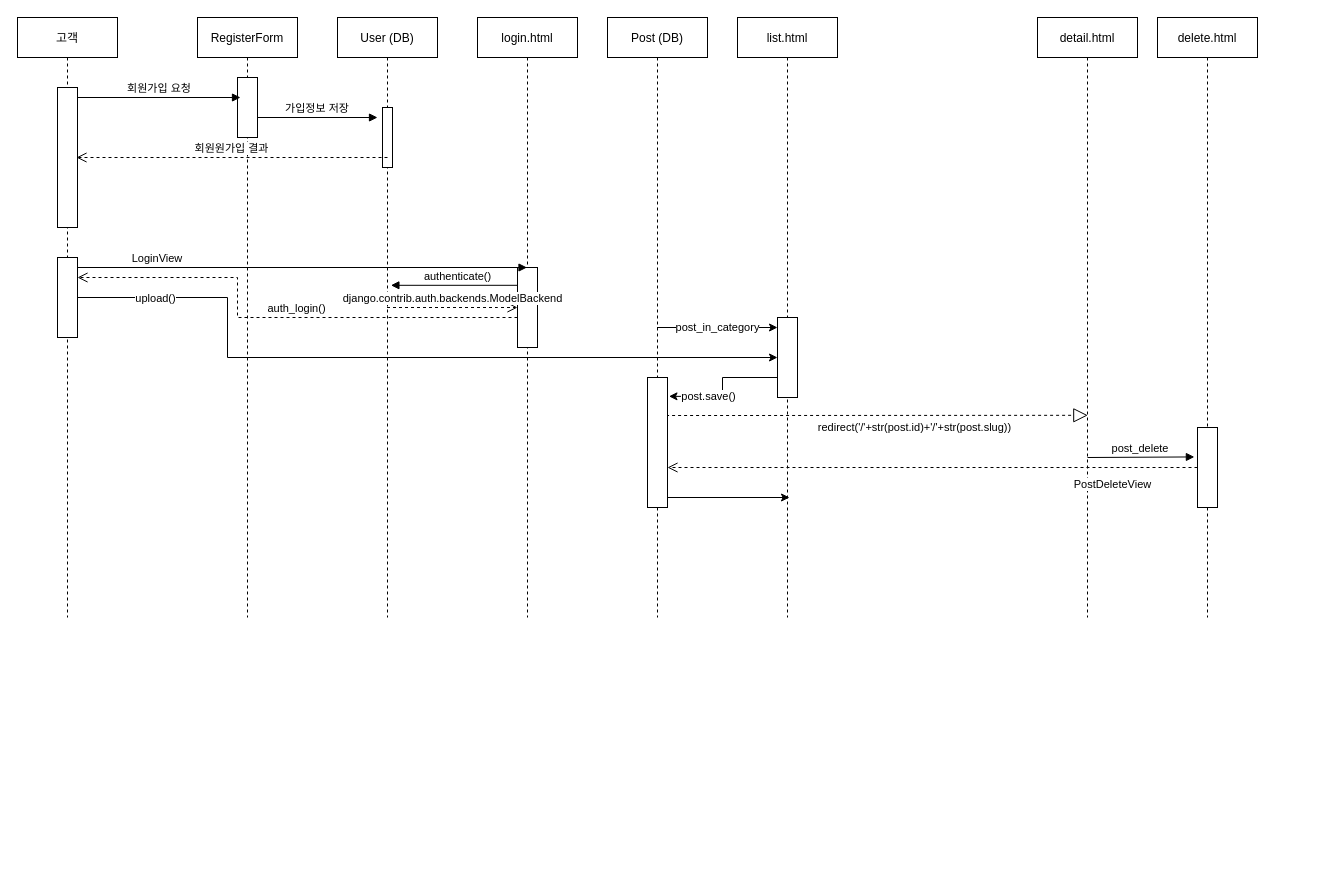
Before: Untitled Diagram.drawio in kyc3550/sharepofol-community, a draw.io diagram. Source tidied: cells renumbered, new cells numbered last; positions are measured from the earlier drawing's top-left corner, leaving out a move shared by most shapes. Both pictures are drawn from the tidied source at 100%, with x=0, y=0 at pixel (17, 17).
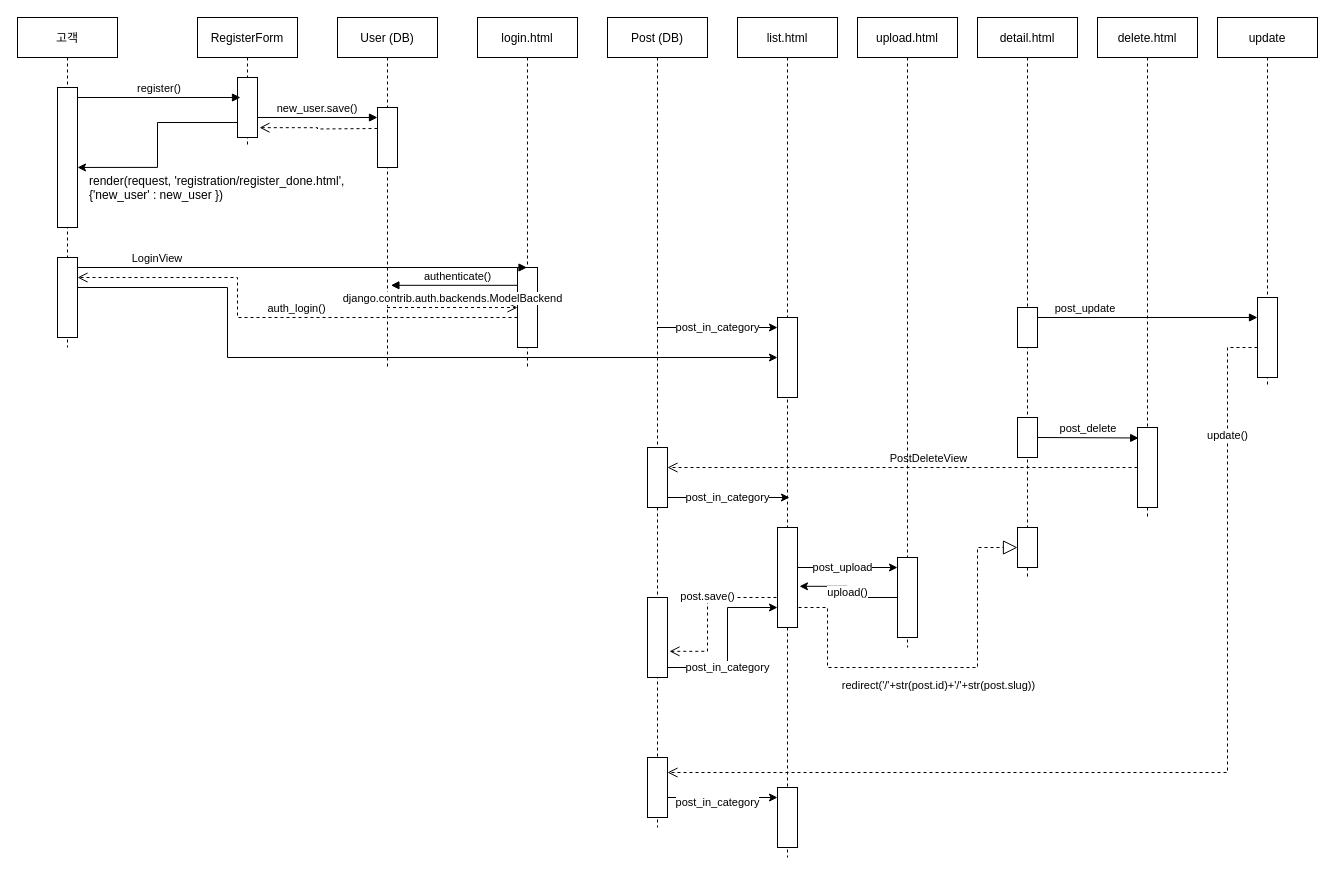
After the change.

The change refers to these unchanged cells:
```xml
<mxCell id="3" style="rounded=0;whiteSpace=wrap;html=1;" parent="2" vertex="1">
  <mxGeometry x="40" y="70" width="20" height="140" as="geometry" />
</mxCell>
<mxCell id="5" style="rounded=0;whiteSpace=wrap;html=1;" parent="4" vertex="1">
  <mxGeometry x="40" y="60" width="20" height="60" as="geometry" />
</mxCell>
<mxCell id="18" style="rounded=0;whiteSpace=wrap;html=1;" parent="1" vertex="1">
  <mxGeometry x="40" y="240" width="20" height="80" as="geometry" />
</mxCell>
<mxCell id="24" style="rounded=0;whiteSpace=wrap;html=1;" parent="23" vertex="1">
  <mxGeometry x="40" y="300" width="20" height="80" as="geometry" />
</mxCell>
<mxCell id="32" style="rounded=0;whiteSpace=wrap;html=1;" parent="30" vertex="1">
  <mxGeometry x="40" y="410" width="20" height="80" as="geometry" />
</mxCell>
```

Change to the diagram source:
```diff
@@
     <mxCell id="2" value="고객" style="shape=umlLifeline;perimeter=lifelinePerimeter;rounded=0;shadow=0;strokeWidth=1;" parent="1" vertex="1">
-      <mxGeometry width="100" height="600" as="geometry" />
+      <mxGeometry width="100" height="330" as="geometry" />
     </mxCell>
@@
     <mxCell id="4" value="RegisterForm" style="shape=umlLifeline;perimeter=lifelinePerimeter;rounded=0;shadow=0;strokeWidth=1;" parent="1" vertex="1">
-      <mxGeometry x="180" width="100" height="600" as="geometry" />
+      <mxGeometry x="180" width="100" height="130" as="geometry" />
     </mxCell>
@@
-    <mxCell id="6" value="회원가입 요청" style="verticalAlign=bottom;endArrow=block;entryX=0;entryY=0;shadow=0;strokeWidth=1;" parent="1" edge="1">
+    <mxCell id="6" value="register()" style="verticalAlign=bottom;endArrow=block;entryX=0;entryY=0;shadow=0;strokeWidth=1;" parent="1" edge="1">
       <mxGeometry relative="1" as="geometry">
         <mxPoint x="60" y="80" as="sourcePoint" />
         <mxPoint x="223" y="80" as="targetPoint" />
       </mxGeometry>
     </mxCell>
     <mxCell id="7" value="User (DB)" style="shape=umlLifeline;perimeter=lifelinePerimeter;rounded=0;shadow=0;strokeWidth=1;" parent="1" vertex="1">
-      <mxGeometry x="320" width="100" height="600" as="geometry" />
+      <mxGeometry x="320" width="100" height="350" as="geometry" />
     </mxCell>
     <mxCell id="8" style="html=1;perimeter=orthogonalPerimeter;" parent="7" vertex="1">
-      <mxGeometry x="45" y="90" width="10" height="60" as="geometry" />
+      <mxGeometry x="40" y="90" width="20" height="60" as="geometry" />
     </mxCell>
-    <mxCell id="9" value="가입정보 저장" style="verticalAlign=bottom;endArrow=block;shadow=0;strokeWidth=1;" parent="1" edge="1">
+    <mxCell id="9" value="new_user.save()" style="verticalAlign=bottom;endArrow=block;shadow=0;strokeWidth=1;" parent="1" edge="1">
       <mxGeometry relative="1" as="geometry">
         <mxPoint x="240" y="100" as="sourcePoint" />
         <mxPoint x="360" y="100" as="targetPoint" />
       </mxGeometry>
     </mxCell>
     <mxCell id="10" value="login.html" style="shape=umlLifeline;perimeter=lifelinePerimeter;rounded=0;shadow=0;strokeWidth=1;" parent="1" vertex="1">
-      <mxGeometry x="460" width="100" height="600" as="geometry" />
+      <mxGeometry x="460" width="100" height="350" as="geometry" />
     </mxCell>
@@
-    <mxCell id="16" style="edgeStyle=orthogonalEdgeStyle;rounded=0;jettySize=auto;html=1;entryX=0;entryY=0.5;entryDx=0;entryDy=0;exitX=1;exitY=0.5;exitDx=0;exitDy=0;" parent="1" edge="1" source="18" target="24">
+    <mxCell id="16" style="edgeStyle=orthogonalEdgeStyle;rounded=0;jettySize=auto;html=1;exitX=1;exitY=0.5;exitDx=0;exitDy=0;" parent="1" edge="1" source="18" target="24">
       <mxGeometry relative="1" as="geometry">
         <Array as="points">
-          <mxPoint x="210" y="280" />
+          <mxPoint x="60" y="270" />
+          <mxPoint x="210" y="270" />
           <mxPoint x="210" y="340" />
         </Array>
       </mxGeometry>
     </mxCell>
-    <mxCell id="17" value="upload()" style="edgeLabel;html=1;align=center;verticalAlign=middle;" parent="16" vertex="1">
-      <mxGeometry x="0.45" y="-2" relative="1" as="geometry">
-        <mxPoint x="-414" y="-62" as="offset" />
-      </mxGeometry>
-    </mxCell>
@@
-    <mxCell id="19" value="회원원가입 결과" style="html=1;verticalAlign=bottom;endArrow=open;dashed=1;endSize=8;rounded=0;edgeStyle=orthogonalEdgeStyle;" parent="1" edge="1">
-      <mxGeometry relative="1" as="geometry">
-        <mxPoint x="370" y="140" as="sourcePoint" />
-        <mxPoint x="59" y="140" as="targetPoint" />
-        <Array as="points">
-          <mxPoint x="259" y="140" />
-          <mxPoint x="259" y="140" />
-        </Array>
-      </mxGeometry>
-    </mxCell>
@@
     <mxCell id="21" value="Post (DB)" style="shape=umlLifeline;perimeter=lifelinePerimeter;rounded=0;shadow=0;strokeWidth=1;" parent="1" vertex="1">
-      <mxGeometry x="590" width="100" height="600" as="geometry" />
+      <mxGeometry x="590" width="100" height="810" as="geometry" />
     </mxCell>
     <mxCell id="22" style="rounded=0;whiteSpace=wrap;html=1;" parent="21" vertex="1">
-      <mxGeometry x="40" y="360" width="20" height="130" as="geometry" />
+      <mxGeometry x="40" y="430" width="20" height="60" as="geometry" />
     </mxCell>
+    <mxCell id="36" style="rounded=0;whiteSpace=wrap;html=1;" parent="21" vertex="1">
+      <mxGeometry x="40" y="580" width="20" height="80" as="geometry" />
+    </mxCell>
+    <mxCell id="37" style="rounded=0;whiteSpace=wrap;html=1;" parent="21" vertex="1">
+      <mxGeometry x="40" y="740" width="20" height="60" as="geometry" />
+    </mxCell>
     <mxCell id="23" value="list.html" style="shape=umlLifeline;perimeter=lifelinePerimeter;rounded=0;shadow=0;strokeWidth=1;" parent="1" vertex="1">
-      <mxGeometry x="720" width="100" height="600" as="geometry" />
+      <mxGeometry x="720" width="100" height="840" as="geometry" />
     </mxCell>
@@
-    <mxCell id="25" style="endArrow=block;dashed=1;endFill=0;endSize=12;html=1;rounded=0;edgeStyle=orthogonalEdgeStyle;entryX=0.503;entryY=0.663;entryDx=0;entryDy=0;entryPerimeter=0;" parent="23" edge="1" target="29">
-      <mxGeometry relative="1" as="geometry">
-        <mxPoint x="-70" y="399.4" as="sourcePoint" />
-        <Array as="points">
-          <mxPoint x="-70" y="398" />
-          <mxPoint x="10" y="398" />
-        </Array>
-      </mxGeometry>
-    </mxCell>
-    <mxCell id="26" value="redirect('/'+str(post.id)+'/'+str(post.slug))" style="edgeLabel;html=1;align=center;verticalAlign=middle;" parent="25" vertex="1">
-      <mxGeometry x="0.52" y="1" relative="1" as="geometry">
-        <mxPoint x="-72" y="13" as="offset" />
-      </mxGeometry>
-    </mxCell>
-    <mxCell id="27" style="edgeStyle=orthogonalEdgeStyle;rounded=0;jettySize=auto;html=1;exitX=0;exitY=0.75;exitDx=0;exitDy=0;entryX=1.074;entryY=0.145;entryDx=0;entryDy=0;entryPerimeter=0;" parent="1" edge="1" source="24" target="22">
-      <mxGeometry relative="1" as="geometry" />
-    </mxCell>
-    <mxCell id="28" value="post.save()" style="edgeLabel;html=1;align=center;verticalAlign=middle;" parent="27" vertex="1">
-      <mxGeometry x="0.38" relative="1" as="geometry" />
-    </mxCell>
+    <mxCell id="38" style="rounded=0;whiteSpace=wrap;html=1;" parent="23" vertex="1">
+      <mxGeometry x="40" y="510" width="20" height="100" as="geometry" />
+    </mxCell>
     <mxCell id="29" value="detail.html" style="shape=umlLifeline;perimeter=lifelinePerimeter;rounded=0;shadow=0;strokeWidth=1;" parent="1" vertex="1">
-      <mxGeometry x="1020" width="100" height="600" as="geometry" />
+      <mxGeometry x="960" width="100" height="560" as="geometry" />
     </mxCell>
+    <mxCell id="39" style="rounded=0;whiteSpace=wrap;html=1;" parent="29" vertex="1">
+      <mxGeometry x="40" y="400" width="20" height="40" as="geometry" />
+    </mxCell>
+    <mxCell id="40" style="rounded=0;whiteSpace=wrap;html=1;" parent="29" vertex="1">
+      <mxGeometry x="40" y="290" width="20" height="40" as="geometry" />
+    </mxCell>
+    <mxCell id="41" style="rounded=0;whiteSpace=wrap;html=1;" parent="29" vertex="1">
+      <mxGeometry x="40" y="510" width="20" height="40" as="geometry" />
+    </mxCell>
     <mxCell id="30" value="delete.html" style="shape=umlLifeline;perimeter=lifelinePerimeter;rounded=0;shadow=0;strokeWidth=1;" parent="1" vertex="1">
-      <mxGeometry x="1140" width="100" height="600" as="geometry" />
+      <mxGeometry x="1080" width="100" height="500" as="geometry" />
     </mxCell>
-    <mxCell id="31" value="post_delete" style="verticalAlign=bottom;endArrow=block;shadow=0;strokeWidth=1;entryX=-0.156;entryY=0.368;entryDx=0;entryDy=0;entryPerimeter=0;" parent="30" edge="1" target="32">
-      <mxGeometry relative="1" as="geometry">
-        <mxPoint x="-70" y="440" as="sourcePoint" />
-      </mxGeometry>
-    </mxCell>
@@
+    <mxCell id="42" value="post_update" style="verticalAlign=bottom;endArrow=block;shadow=0;strokeWidth=1;entryX=0;entryY=0.25;entryDx=0;entryDy=0;" parent="30" edge="1" target="47">
+      <mxGeometry x="-0.56" relative="1" as="geometry">
+        <mxPoint x="-60" y="300" as="sourcePoint" />
+      </mxGeometry>
+    </mxCell>
     <mxCell id="33" value="PostDeleteView" style="html=1;verticalAlign=bottom;endArrow=open;dashed=1;endSize=8;rounded=0;edgeStyle=orthogonalEdgeStyle;exitX=0;exitY=0.5;exitDx=0;exitDy=0;" parent="1" edge="1" source="32">
-      <mxGeometry x="-0.68" y="26" relative="1" as="geometry">
+      <mxGeometry x="-0.11" relative="1" as="geometry">
         <mxPoint x="650" y="450" as="targetPoint" />
+        <Array as="points">
+          <mxPoint x="650" y="450" />
+        </Array>
       </mxGeometry>
     </mxCell>
@@
-    <mxCell id="35" style="edgeStyle=orthogonalEdgeStyle;rounded=0;orthogonalLoop=1;jettySize=auto;html=1;" parent="1" edge="1">
-      <mxGeometry relative="1" as="geometry">
+    <mxCell id="35" value="post_in_category" style="edgeStyle=orthogonalEdgeStyle;rounded=0;orthogonalLoop=1;jettySize=auto;html=1;" parent="1" edge="1">
+      <mxGeometry x="-0.02" relative="1" as="geometry">
         <mxPoint x="650" y="480" as="sourcePoint" />
         <mxPoint x="772" y="480" as="targetPoint" />
         <Array as="points">
           <mxPoint x="772" y="480" />
         </Array>
       </mxGeometry>
     </mxCell>
+    <mxCell id="43" value="upload.html" style="shape=umlLifeline;perimeter=lifelinePerimeter;rounded=0;shadow=0;strokeWidth=1;" parent="1" vertex="1">
+      <mxGeometry x="840" width="100" height="630" as="geometry" />
+    </mxCell>
+    <mxCell id="44" style="rounded=0;whiteSpace=wrap;html=1;" parent="43" vertex="1">
+      <mxGeometry x="40" y="540" width="20" height="80" as="geometry" />
+    </mxCell>
+    <mxCell id="45" value="post_upload" style="edgeStyle=orthogonalEdgeStyle;rounded=0;jettySize=auto;html=1;exitX=1;exitY=0.5;exitDx=0;exitDy=0;" parent="1" edge="1" source="38">
+      <mxGeometry relative="1" as="geometry">
+        <mxPoint x="880" y="550" as="targetPoint" />
+        <Array as="points">
+          <mxPoint x="835" y="550" />
+          <mxPoint x="835" y="550" />
+        </Array>
+      </mxGeometry>
+    </mxCell>
+    <mxCell id="46" value="update" style="shape=umlLifeline;perimeter=lifelinePerimeter;rounded=0;shadow=0;strokeWidth=1;" parent="1" vertex="1">
+      <mxGeometry x="1200" width="100" height="370" as="geometry" />
+    </mxCell>
+    <mxCell id="47" style="rounded=0;whiteSpace=wrap;html=1;" parent="46" vertex="1">
+      <mxGeometry x="40" y="280" width="20" height="80" as="geometry" />
+    </mxCell>
+    <mxCell id="17" value="upload()" style="edgeStyle=orthogonalEdgeStyle;rounded=0;jettySize=auto;html=1;entryX=1.1;entryY=0.588;entryDx=0;entryDy=0;entryPerimeter=0;" parent="1" edge="1" source="44" target="38">
+      <mxGeometry relative="1" as="geometry" />
+    </mxCell>
+    <mxCell id="28" value="post.save()" style="html=1;verticalAlign=bottom;endArrow=open;dashed=1;endSize=8;rounded=0;edgeStyle=orthogonalEdgeStyle;exitX=0;exitY=0.75;exitDx=0;exitDy=0;entryX=1.1;entryY=0.673;entryDx=0;entryDy=0;entryPerimeter=0;" parent="1" edge="1" source="38" target="36">
+      <mxGeometry relative="1" as="geometry">
+        <Array as="points">
+          <mxPoint x="760" y="580" />
+          <mxPoint x="690" y="580" />
+          <mxPoint x="690" y="634" />
+        </Array>
+      </mxGeometry>
+    </mxCell>
+    <mxCell id="48" value="post_in_category" style="edgeStyle=orthogonalEdgeStyle;rounded=0;orthogonalLoop=1;jettySize=auto;html=1;" parent="1" edge="1">
+      <mxGeometry x="-0.29" relative="1" as="geometry">
+        <mxPoint x="650" y="650" as="sourcePoint" />
+        <mxPoint x="760" y="590" as="targetPoint" />
+        <Array as="points">
+          <mxPoint x="710" y="650" />
+          <mxPoint x="710" y="590" />
+        </Array>
+      </mxGeometry>
+    </mxCell>
+    <mxCell id="25" style="endArrow=block;dashed=1;endFill=0;endSize=12;html=1;rounded=0;edgeStyle=orthogonalEdgeStyle;exitX=1;exitY=0.75;exitDx=0;exitDy=0;" parent="1" edge="1" source="38">
+      <mxGeometry relative="1" as="geometry">
+        <mxPoint x="1000" y="530" as="targetPoint" />
+        <Array as="points">
+          <mxPoint x="780" y="590" />
+          <mxPoint x="810" y="590" />
+          <mxPoint x="810" y="650" />
+          <mxPoint x="960" y="650" />
+          <mxPoint x="960" y="530" />
+        </Array>
+      </mxGeometry>
+    </mxCell>
+    <mxCell id="26" value="redirect('/'+str(post.id)+'/'+str(post.slug))" style="edgeLabel;html=1;align=center;verticalAlign=middle;" parent="25" vertex="1">
+      <mxGeometry x="0.52" y="1" relative="1" as="geometry">
+        <mxPoint x="-39" y="80" as="offset" />
+      </mxGeometry>
+    </mxCell>
+    <mxCell id="31" value="post_delete" style="verticalAlign=bottom;endArrow=block;shadow=0;strokeWidth=1;entryX=0.058;entryY=0.131;entryDx=0;entryDy=0;entryPerimeter=0;exitX=1;exitY=0.5;exitDx=0;exitDy=0;" parent="1" edge="1" source="39" target="32">
+      <mxGeometry relative="1" as="geometry" />
+    </mxCell>
+    <mxCell id="49" value="update()" style="html=1;verticalAlign=bottom;endArrow=open;dashed=1;endSize=8;rounded=0;edgeStyle=orthogonalEdgeStyle;" parent="1" edge="1">
+      <mxGeometry x="-0.75" relative="1" as="geometry">
+        <mxPoint x="1240" y="330" as="sourcePoint" />
+        <mxPoint x="650" y="755" as="targetPoint" />
+        <Array as="points">
+          <mxPoint x="1210" y="330" />
+          <mxPoint x="1210" y="755" />
+        </Array>
+      </mxGeometry>
+    </mxCell>
+    <mxCell id="50" style="rounded=0;whiteSpace=wrap;html=1;" parent="1" vertex="1">
+      <mxGeometry x="760" y="770" width="20" height="60" as="geometry" />
+    </mxCell>
+    <mxCell id="51" value="post_in_category" style="edgeStyle=orthogonalEdgeStyle;rounded=0;jettySize=auto;html=1;exitX=1;exitY=0.75;exitDx=0;exitDy=0;" parent="1" edge="1" source="37">
+      <mxGeometry x="-0.04" y="-5" relative="1" as="geometry">
+        <mxPoint x="760" y="780" as="targetPoint" />
+        <Array as="points">
+          <mxPoint x="650" y="780" />
+          <mxPoint x="760" y="780" />
+        </Array>
+      </mxGeometry>
+    </mxCell>
+    <mxCell id="52" value="render(request, 'registration/register_done.html',{'new_user' : new_user })" style="text;whiteSpace=wrap;html=1;" parent="1" vertex="1">
+      <mxGeometry x="70" y="150" width="260" height="40" as="geometry" />
+    </mxCell>
+    <mxCell id="53" style="html=1;verticalAlign=bottom;endArrow=open;dashed=1;endSize=8;rounded=0;edgeStyle=orthogonalEdgeStyle;entryX=1.1;entryY=0.836;entryDx=0;entryDy=0;entryPerimeter=0;" parent="1" edge="1" target="5">
+      <mxGeometry relative="1" as="geometry">
+        <mxPoint x="360" y="111" as="sourcePoint" />
+      </mxGeometry>
+    </mxCell>
+    <mxCell id="54" style="edgeStyle=orthogonalEdgeStyle;rounded=0;jettySize=auto;html=1;exitX=0;exitY=0.75;exitDx=0;exitDy=0;entryX=1;entryY=0.571;entryDx=0;entryDy=0;entryPerimeter=0;" parent="1" edge="1" source="5" target="3">
+      <mxGeometry relative="1" as="geometry" />
+    </mxCell>
```
